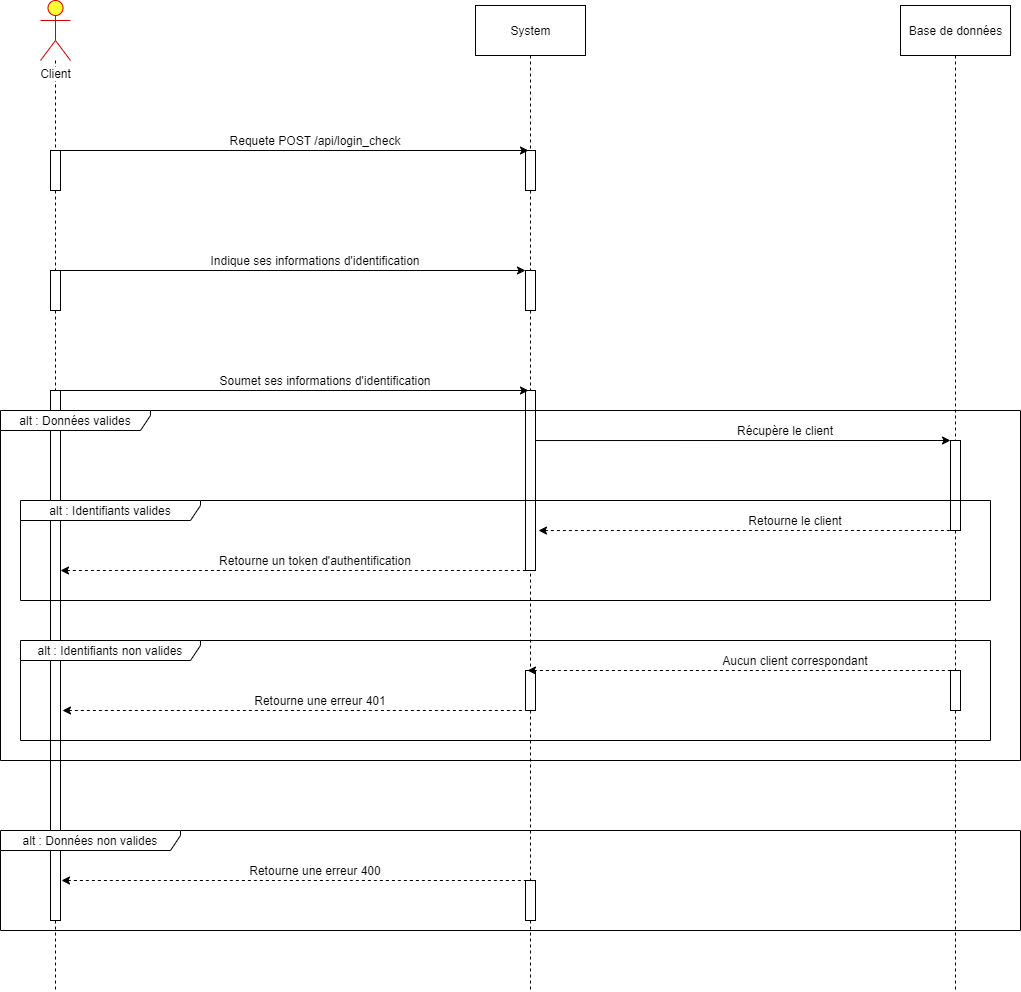
Above: Diagrammes/Diagramme de séquence - Obtenir un token.png in Scratchy-Show/BileMo (draw.io), before the change. Source tidied: cells renumbered, new cells last; positions are measured from the earlier drawing's top-left corner, leaving out a move shared by most shapes.
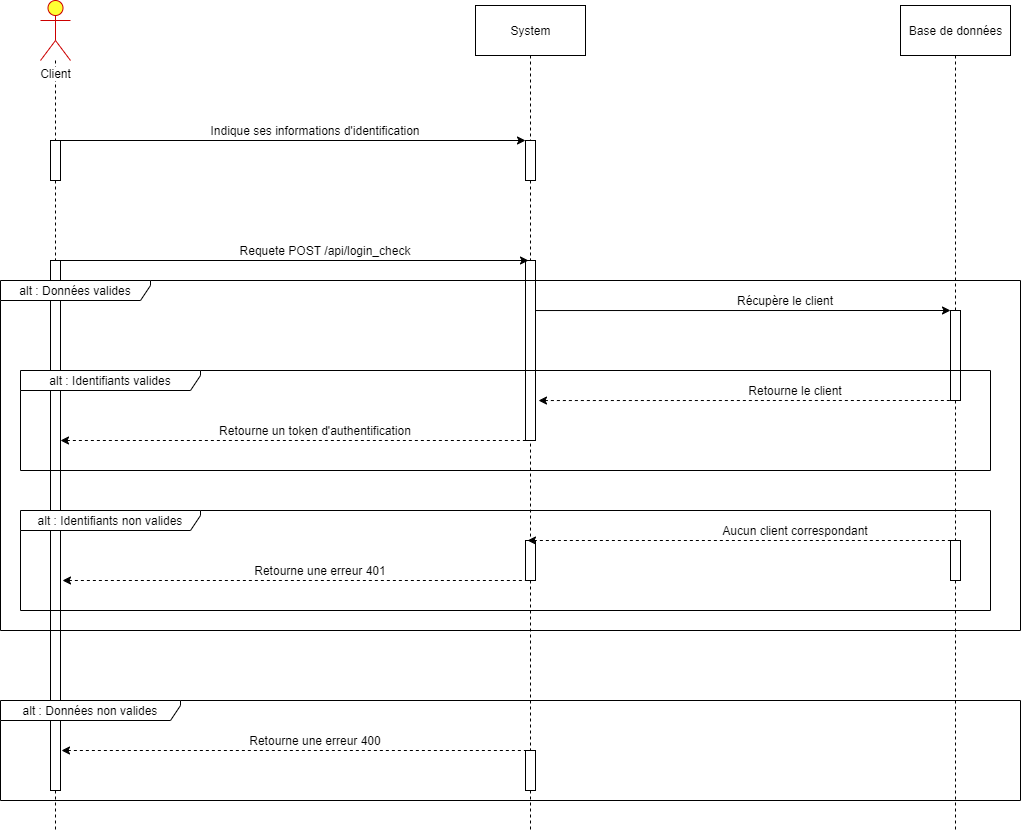
The same file after the commit.

The edit, as a diff of the source:
```diff
@@ -2,24 +2,22 @@
   <root>
     <mxCell id="0" />
     <mxCell id="1" parent="0" />
-    <mxCell id="2" style="edgeStyle=orthogonalEdgeStyle;rounded=0;jettySize=auto;html=1;dashed=1;endArrow=none;endFill=0;entryX=0.5;entryY=-0.025;entryDx=0;entryDy=0;entryPerimeter=0;" parent="1" edge="1" source="3" target="7">
-      <mxGeometry relative="1" as="geometry" />
+    <mxCell id="2" style="edgeStyle=orthogonalEdgeStyle;rounded=0;jettySize=auto;html=1;dashed=1;endArrow=none;endFill=0;entryX=0.5;entryY=-0.025;entryDx=0;entryDy=0;entryPerimeter=0;" parent="1" edge="1" source="3">
+      <mxGeometry relative="1" as="geometry">
+        <mxPoint x="55" y="279" as="targetPoint" />
+      </mxGeometry>
     </mxCell>
     <mxCell id="3" value="Client" style="shape=umlActor;verticalLabelPosition=bottom;labelBackgroundColor=#ffffff;verticalAlign=top;html=1;outlineConnect=0;fillColor=#FFFF33;strokeColor=#CC0000;" parent="1" vertex="1">
-      <mxGeometry x="40" width="30" height="60" as="geometry" />
+      <mxGeometry x="40" y="130" width="30" height="60" as="geometry" />
     </mxCell>
-    <mxCell id="4" style="edgeStyle=orthogonalEdgeStyle;rounded=0;jettySize=auto;html=1;dashed=1;endArrow=none;endFill=0;entryX=0.5;entryY=0;entryDx=0;entryDy=0;entryPerimeter=0;" parent="1" edge="1" source="5" target="13">
-      <mxGeometry relative="1" as="geometry" />
+    <mxCell id="4" style="edgeStyle=orthogonalEdgeStyle;rounded=0;jettySize=auto;html=1;dashed=1;endArrow=none;endFill=0;entryX=0.5;entryY=0;entryDx=0;entryDy=0;entryPerimeter=0;" parent="1" edge="1" source="5">
+      <mxGeometry relative="1" as="geometry">
+        <mxPoint x="530" y="280" as="targetPoint" />
+      </mxGeometry>
     </mxCell>
     <mxCell id="5" value="System" style="html=1;" parent="1" vertex="1">
-      <mxGeometry x="475" y="5" width="110" height="50" as="geometry" />
+      <mxGeometry x="475" y="135" width="110" height="50" as="geometry" />
     </mxCell>
-    <mxCell id="6" style="edgeStyle=orthogonalEdgeStyle;rounded=0;jettySize=auto;html=1;endArrow=none;endFill=0;dashed=1;" parent="1" edge="1" source="7" target="9">
-      <mxGeometry relative="1" as="geometry" />
-    </mxCell>
-    <mxCell id="7" style="html=1;points=[];perimeter=orthogonalPerimeter;" parent="1" vertex="1">
-      <mxGeometry x="50" y="150" width="10" height="40" as="geometry" />
-    </mxCell>
     <mxCell id="8" style="edgeStyle=orthogonalEdgeStyle;rounded=0;jettySize=auto;html=1;endArrow=none;endFill=0;dashed=1;" parent="1" edge="1" source="9" target="11">
       <mxGeometry relative="1" as="geometry" />
     </mxCell>
@@ -28,18 +26,12 @@
     </mxCell>
     <mxCell id="10" style="edgeStyle=orthogonalEdgeStyle;rounded=0;jettySize=auto;html=1;dashed=1;startArrow=none;startFill=0;endArrow=none;endFill=0;" parent="1" edge="1" source="11">
       <mxGeometry relative="1" as="geometry">
-        <mxPoint x="55" y="990" as="targetPoint" />
+        <mxPoint x="55" y="960" as="targetPoint" />
       </mxGeometry>
     </mxCell>
     <mxCell id="11" style="html=1;points=[];perimeter=orthogonalPerimeter;" parent="1" vertex="1">
       <mxGeometry x="50" y="390" width="10" height="530" as="geometry" />
     </mxCell>
-    <mxCell id="12" style="edgeStyle=orthogonalEdgeStyle;rounded=0;jettySize=auto;html=1;dashed=1;endArrow=none;endFill=0;" parent="1" edge="1" source="13" target="15">
-      <mxGeometry relative="1" as="geometry" />
-    </mxCell>
-    <mxCell id="13" style="html=1;points=[];perimeter=orthogonalPerimeter;" parent="1" vertex="1">
-      <mxGeometry x="525" y="150" width="10" height="40" as="geometry" />
-    </mxCell>
     <mxCell id="14" style="edgeStyle=orthogonalEdgeStyle;rounded=0;jettySize=auto;html=1;dashed=1;endArrow=none;endFill=0;" parent="1" edge="1" source="15" target="17">
       <mxGeometry relative="1" as="geometry" />
     </mxCell>
@@ -60,18 +52,12 @@
     </mxCell>
     <mxCell id="20" style="edgeStyle=orthogonalEdgeStyle;rounded=0;jettySize=auto;html=1;dashed=1;startArrow=none;startFill=0;endArrow=none;endFill=0;" parent="1" edge="1" source="21">
       <mxGeometry relative="1" as="geometry">
-        <mxPoint x="530" y="990" as="targetPoint" />
+        <mxPoint x="530" y="960" as="targetPoint" />
       </mxGeometry>
     </mxCell>
     <mxCell id="21" style="html=1;points=[];perimeter=orthogonalPerimeter;" parent="1" vertex="1">
       <mxGeometry x="525" y="880" width="10" height="40" as="geometry" />
     </mxCell>
-    <mxCell id="22" style="endArrow=classic;html=1;exitX=0.8;exitY=0;exitDx=0;exitDy=0;exitPerimeter=0;entryX=0.3;entryY=0;entryDx=0;entryDy=0;entryPerimeter=0;" parent="1" edge="1" source="7" target="13">
-      <mxGeometry relative="1" as="geometry" />
-    </mxCell>
-    <mxCell id="23" value="Requete POST /api/login_check" style="text;html=1;strokeColor=none;fillColor=none;align=center;verticalAlign=middle;whiteSpace=wrap;rounded=0;" parent="1" vertex="1">
-      <mxGeometry x="210" y="130" width="210" height="20" as="geometry" />
-    </mxCell>
     <mxCell id="24" style="endArrow=classic;html=1;exitX=0.7;exitY=0;exitDx=0;exitDy=0;exitPerimeter=0;entryX=0;entryY=0;entryDx=0;entryDy=0;entryPerimeter=0;" parent="1" edge="1" source="9" target="15">
       <mxGeometry relative="1" as="geometry" />
     </mxCell>
@@ -81,7 +67,7 @@
     <mxCell id="26" style="endArrow=classic;html=1;exitX=0.8;exitY=0;exitDx=0;exitDy=0;exitPerimeter=0;entryX=0.3;entryY=0;entryDx=0;entryDy=0;entryPerimeter=0;" parent="1" edge="1" source="11" target="17">
       <mxGeometry relative="1" as="geometry" />
     </mxCell>
-    <mxCell id="27" value="Soumet ses informations d'identification" style="text;html=1;strokeColor=none;fillColor=none;align=center;verticalAlign=middle;whiteSpace=wrap;rounded=0;" parent="1" vertex="1">
+    <mxCell id="27" value="Requete POST /api/login_check" style="text;html=1;strokeColor=none;fillColor=none;align=center;verticalAlign=middle;whiteSpace=wrap;rounded=0;" parent="1" vertex="1">
       <mxGeometry x="205" y="370" width="240" height="20" as="geometry" />
     </mxCell>
     <mxCell id="28" value="alt : Données non valides" style="shape=umlFrame;whiteSpace=wrap;html=1;width=180;height=20;" parent="1" vertex="1">
@@ -91,7 +77,7 @@
       <mxGeometry relative="1" as="geometry" />
     </mxCell>
     <mxCell id="30" value="Base de données" style="html=1;" parent="1" vertex="1">
-      <mxGeometry x="900" y="5" width="110" height="50" as="geometry" />
+      <mxGeometry x="900" y="135" width="110" height="50" as="geometry" />
     </mxCell>
     <mxCell id="31" style="edgeStyle=orthogonalEdgeStyle;rounded=0;jettySize=auto;html=1;dashed=1;startArrow=none;startFill=0;endArrow=none;endFill=0;" parent="1" edge="1" source="32" target="34">
       <mxGeometry relative="1" as="geometry" />
@@ -101,7 +87,7 @@
     </mxCell>
     <mxCell id="33" style="edgeStyle=orthogonalEdgeStyle;rounded=0;jettySize=auto;html=1;dashed=1;startArrow=none;startFill=0;endArrow=none;endFill=0;" parent="1" edge="1" source="34">
       <mxGeometry relative="1" as="geometry">
-        <mxPoint x="955" y="990" as="targetPoint" />
+        <mxPoint x="955" y="960" as="targetPoint" />
       </mxGeometry>
     </mxCell>
     <mxCell id="34" style="html=1;points=[];perimeter=orthogonalPerimeter;" parent="1" vertex="1">
```
